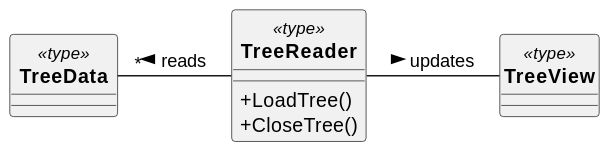
Before: out/uml/uml/domain_model.svg, a diagram exported from PlantUML (jiristrouhal/HoFi). The source it was exported from:
```plantuml
@startuml domain_model
    skinparam classAttributeIconSize 0
    skinparam style strictuml


    class " **TreeData** " as TD <<type>> {

    }

    class "**TreeView**" as TV <<type>>{

    }

    class "**TreeReader**" as TR <<type>> {
        + LoadTree()
        + CloseTree()
    }

    TD " * " --right-- TR: reads <
    TR -right- TV: updates >


@enduml
```
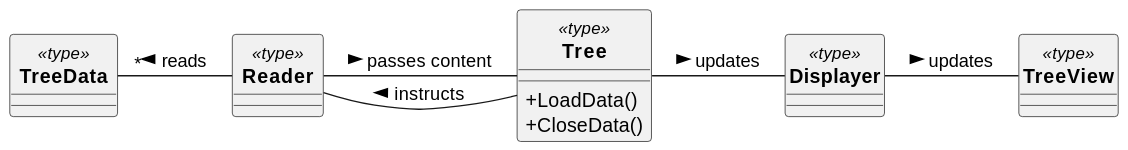
Above is the later version.

Commit message:
Add intermediaries into the domain model

Change to the diagram source:
```diff
@@ -7,17 +7,28 @@
 
     }
 
-    class "**TreeView**" as TV <<type>>{
+    class " **Reader** " as R <<type>> {
 
     }
 
-    class "**TreeReader**" as TR <<type>> {
-        + LoadTree()
-        + CloseTree()
+    class "**Displayer**" as D <<type>> {
+
     }
 
-    TD " * " --right-- TR: reads <
-    TR -right- TV: updates >
+    class "**Tree**" as T <<type>>{
+        + LoadData()
+        + CloseData()
+    }
+
+    class "**TreeView**" as TV <<type>> {
+
+    }
+
+    TD " * " --right-- R: reads <
+    R --right-- T: passes content >
+    R --right-- T: instructs <
+    T --right-- D: updates >
+    D -right- TV: updates >
 
 
 @enduml
```
